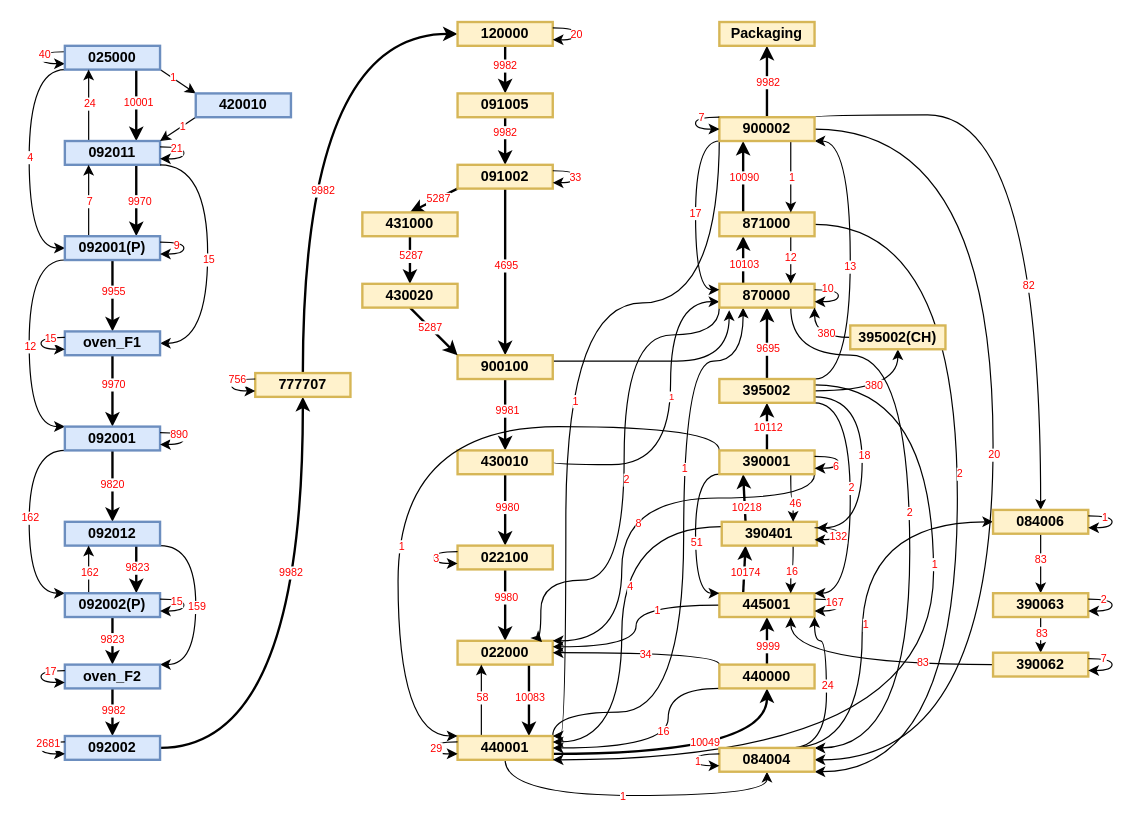
duongtoan261196/AI_Framework keeps this draw.io diagram as EMS3141_anonymized.drawio. Above is the earlier version. Source tidied: cells renumbered, new cells numbered last; positions are measured from the earlier drawing's top-left corner, leaving out a move shared by most shapes. Both pictures are drawn from the tidied source at 119%, with x=0, y=0 at pixel (29, 21).
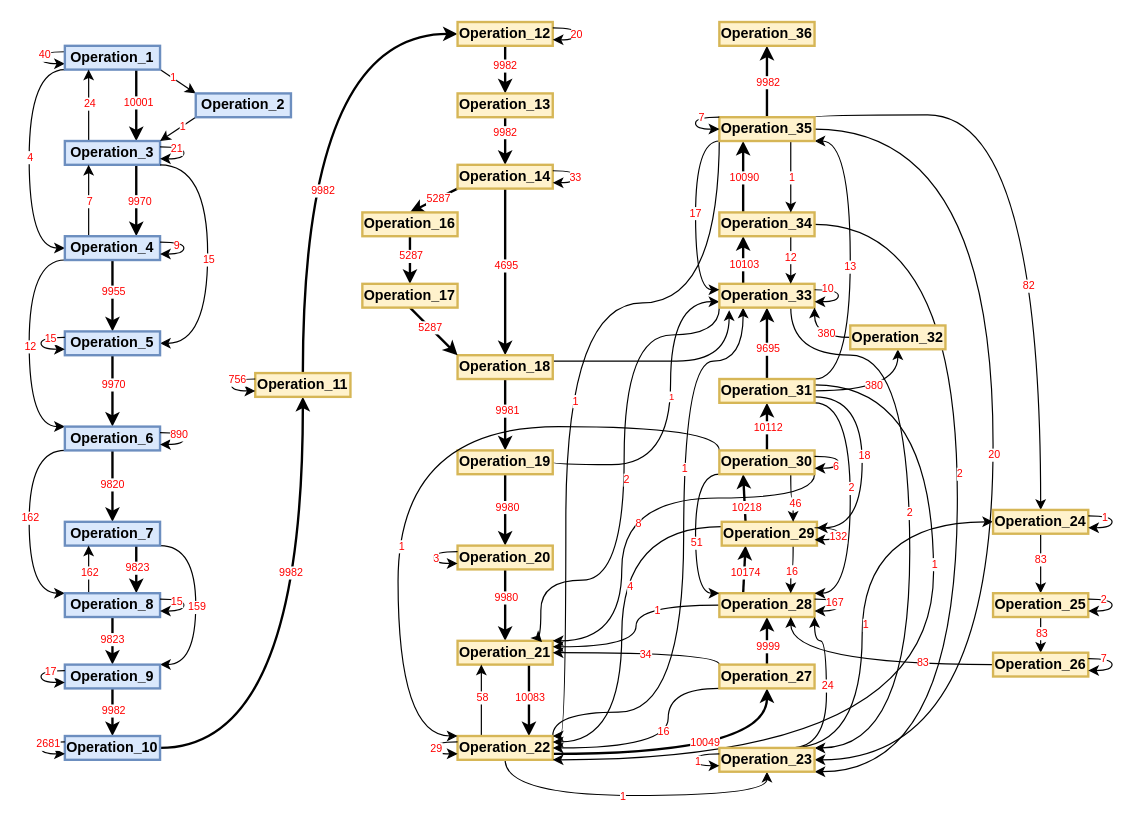
After the change.

Change to the diagram source:
```diff
@@
-    <mxCell id="10" value="&lt;b&gt;025000&lt;/b&gt;" style="rounded=0;whiteSpace=wrap;html=1;fillColor=#dae8fc;strokeColor=#6c8ebf;strokeWidth=2;" parent="1" vertex="1">
+    <mxCell id="10" value="&lt;b&gt;Operation_1&lt;/b&gt;" style="rounded=0;whiteSpace=wrap;html=1;fillColor=#dae8fc;strokeColor=#6c8ebf;strokeWidth=2;" parent="1" vertex="1">
       <mxGeometry x="30" y="20" width="80" height="20" as="geometry" />
     </mxCell>
@@
-    <mxCell id="15" value="&lt;b&gt;092011&lt;/b&gt;" style="rounded=0;whiteSpace=wrap;html=1;fillColor=#dae8fc;strokeColor=#6c8ebf;strokeWidth=2;" parent="1" vertex="1">
+    <mxCell id="15" value="&lt;b&gt;Operation_3&lt;/b&gt;" style="rounded=0;whiteSpace=wrap;html=1;fillColor=#dae8fc;strokeColor=#6c8ebf;strokeWidth=2;" parent="1" vertex="1">
       <mxGeometry x="30" y="100" width="80" height="20" as="geometry" />
     </mxCell>
@@
-    <mxCell id="24" value="&lt;b&gt;092001(P)&lt;/b&gt;" style="rounded=0;whiteSpace=wrap;html=1;fillColor=#dae8fc;strokeColor=#6c8ebf;strokeWidth=2;" parent="1" vertex="1">
+    <mxCell id="24" value="&lt;b&gt;Operation_4&lt;/b&gt;" style="rounded=0;whiteSpace=wrap;html=1;fillColor=#dae8fc;strokeColor=#6c8ebf;strokeWidth=2;" parent="1" vertex="1">
       <mxGeometry x="30" y="180" width="80" height="20" as="geometry" />
     </mxCell>
@@
-    <mxCell id="27" value="&lt;b&gt;oven_F1&lt;/b&gt;" style="rounded=0;whiteSpace=wrap;html=1;fillColor=#dae8fc;strokeColor=#6c8ebf;strokeWidth=2;" parent="1" vertex="1">
+    <mxCell id="27" value="&lt;b&gt;Operation_5&lt;/b&gt;" style="rounded=0;whiteSpace=wrap;html=1;fillColor=#dae8fc;strokeColor=#6c8ebf;strokeWidth=2;" parent="1" vertex="1">
       <mxGeometry x="30" y="260" width="80" height="20" as="geometry" />
     </mxCell>
@@
-    <mxCell id="32" value="&lt;b&gt;092001&lt;/b&gt;" style="rounded=0;whiteSpace=wrap;html=1;fillColor=#dae8fc;strokeColor=#6c8ebf;strokeWidth=2;" parent="1" vertex="1">
+    <mxCell id="32" value="&lt;b&gt;Operation_6&lt;/b&gt;" style="rounded=0;whiteSpace=wrap;html=1;fillColor=#dae8fc;strokeColor=#6c8ebf;strokeWidth=2;" parent="1" vertex="1">
       <mxGeometry x="30" y="340" width="80" height="20" as="geometry" />
     </mxCell>
@@
-    <mxCell id="37" value="&lt;b&gt;092012&lt;/b&gt;" style="rounded=0;whiteSpace=wrap;html=1;fillColor=#dae8fc;strokeColor=#6c8ebf;strokeWidth=2;" parent="1" vertex="1">
+    <mxCell id="37" value="&lt;b&gt;Operation_7&lt;/b&gt;" style="rounded=0;whiteSpace=wrap;html=1;fillColor=#dae8fc;strokeColor=#6c8ebf;strokeWidth=2;" parent="1" vertex="1">
       <mxGeometry x="30" y="420" width="80" height="20" as="geometry" />
     </mxCell>
@@
-    <mxCell id="42" value="&lt;b&gt;092002(P)&lt;/b&gt;" style="rounded=0;whiteSpace=wrap;html=1;fillColor=#dae8fc;strokeColor=#6c8ebf;strokeWidth=2;" parent="1" vertex="1">
+    <mxCell id="42" value="&lt;b&gt;Operation_8&lt;/b&gt;" style="rounded=0;whiteSpace=wrap;html=1;fillColor=#dae8fc;strokeColor=#6c8ebf;strokeWidth=2;" parent="1" vertex="1">
       <mxGeometry x="30" y="480" width="80" height="20" as="geometry" />
     </mxCell>
@@
-    <mxCell id="45" value="&lt;b&gt;oven_F2&lt;/b&gt;" style="rounded=0;whiteSpace=wrap;html=1;fillColor=#dae8fc;strokeColor=#6c8ebf;strokeWidth=2;" parent="1" vertex="1">
+    <mxCell id="45" value="&lt;b&gt;Operation_9&lt;/b&gt;" style="rounded=0;whiteSpace=wrap;html=1;fillColor=#dae8fc;strokeColor=#6c8ebf;strokeWidth=2;" parent="1" vertex="1">
       <mxGeometry x="30" y="540" width="80" height="20" as="geometry" />
     </mxCell>
@@
-    <mxCell id="48" value="&lt;b&gt;092002&lt;/b&gt;" style="rounded=0;whiteSpace=wrap;html=1;fillColor=#dae8fc;strokeColor=#6c8ebf;strokeWidth=2;" parent="1" vertex="1">
+    <mxCell id="48" value="&lt;b&gt;Operation_10&lt;/b&gt;" style="rounded=0;whiteSpace=wrap;html=1;fillColor=#dae8fc;strokeColor=#6c8ebf;strokeWidth=2;" parent="1" vertex="1">
       <mxGeometry x="30" y="600" width="80" height="20" as="geometry" />
     </mxCell>
@@
-    <mxCell id="51" value="&lt;b&gt;420010&lt;/b&gt;" style="rounded=0;whiteSpace=wrap;html=1;fillColor=#dae8fc;strokeColor=#6c8ebf;strokeWidth=2;" parent="1" vertex="1">
+    <mxCell id="51" value="&lt;b&gt;Operation_2&lt;/b&gt;" style="rounded=0;whiteSpace=wrap;html=1;fillColor=#dae8fc;strokeColor=#6c8ebf;strokeWidth=2;" parent="1" vertex="1">
       <mxGeometry x="140" y="60" width="80" height="20" as="geometry" />
     </mxCell>
@@
-    <mxCell id="54" value="&lt;b&gt;777707&lt;/b&gt;" style="rounded=0;whiteSpace=wrap;html=1;fillColor=#fff2cc;strokeColor=#d6b656;strokeWidth=2;" parent="1" vertex="1">
+    <mxCell id="54" value="&lt;b&gt;Operation_11&lt;/b&gt;" style="rounded=0;whiteSpace=wrap;html=1;fillColor=#fff2cc;strokeColor=#d6b656;strokeWidth=2;" parent="1" vertex="1">
       <mxGeometry x="190" y="295" width="80" height="20" as="geometry" />
     </mxCell>
@@
-    <mxCell id="57" value="&lt;b&gt;120000&lt;/b&gt;" style="rounded=0;whiteSpace=wrap;html=1;fillColor=#fff2cc;strokeColor=#d6b656;strokeWidth=2;" parent="1" vertex="1">
+    <mxCell id="57" value="&lt;b&gt;Operation_12&lt;/b&gt;" style="rounded=0;whiteSpace=wrap;html=1;fillColor=#fff2cc;strokeColor=#d6b656;strokeWidth=2;" parent="1" vertex="1">
       <mxGeometry x="360" width="80" height="20" as="geometry" />
     </mxCell>
@@
-    <mxCell id="60" value="&lt;b&gt;091005&lt;/b&gt;" style="rounded=0;whiteSpace=wrap;html=1;fillColor=#fff2cc;strokeColor=#d6b656;strokeWidth=2;" parent="1" vertex="1">
+    <mxCell id="60" value="&lt;b&gt;Operation_13&lt;/b&gt;" style="rounded=0;whiteSpace=wrap;html=1;fillColor=#fff2cc;strokeColor=#d6b656;strokeWidth=2;" parent="1" vertex="1">
       <mxGeometry x="360" y="60" width="80" height="20" as="geometry" />
     </mxCell>
@@
-    <mxCell id="65" value="&lt;b&gt;091002&lt;/b&gt;" style="rounded=0;whiteSpace=wrap;html=1;fillColor=#fff2cc;strokeColor=#d6b656;strokeWidth=2;" parent="1" vertex="1">
+    <mxCell id="65" value="&lt;b&gt;Operation_14&lt;/b&gt;" style="rounded=0;whiteSpace=wrap;html=1;fillColor=#fff2cc;strokeColor=#d6b656;strokeWidth=2;" parent="1" vertex="1">
       <mxGeometry x="360" y="120" width="80" height="20" as="geometry" />
     </mxCell>
@@
-    <mxCell id="69" value="&lt;b&gt;900100&lt;/b&gt;" style="rounded=0;whiteSpace=wrap;html=1;fillColor=#fff2cc;strokeColor=#d6b656;strokeWidth=2;" parent="1" vertex="1">
+    <mxCell id="69" value="&lt;b&gt;Operation_18&lt;/b&gt;" style="rounded=0;whiteSpace=wrap;html=1;fillColor=#fff2cc;strokeColor=#d6b656;strokeWidth=2;" parent="1" vertex="1">
       <mxGeometry x="360" y="280" width="80" height="20" as="geometry" />
     </mxCell>
@@
-    <mxCell id="72" value="&lt;b&gt;431000&lt;/b&gt;" style="rounded=0;whiteSpace=wrap;html=1;fillColor=#fff2cc;strokeColor=#d6b656;strokeWidth=2;" parent="1" vertex="1">
+    <mxCell id="72" value="&lt;b&gt;Operation_16&lt;/b&gt;" style="rounded=0;whiteSpace=wrap;html=1;fillColor=#fff2cc;strokeColor=#d6b656;strokeWidth=2;" parent="1" vertex="1">
       <mxGeometry x="280" y="160" width="80" height="20" as="geometry" />
     </mxCell>
@@
-    <mxCell id="79" value="&lt;b&gt;430010&lt;/b&gt;" style="rounded=0;whiteSpace=wrap;html=1;fillColor=#fff2cc;strokeColor=#d6b656;strokeWidth=2;" parent="1" vertex="1">
+    <mxCell id="79" value="&lt;b&gt;Operation_19&lt;/b&gt;" style="rounded=0;whiteSpace=wrap;html=1;fillColor=#fff2cc;strokeColor=#d6b656;strokeWidth=2;" parent="1" vertex="1">
       <mxGeometry x="360" y="360" width="80" height="20" as="geometry" />
     </mxCell>
@@
-    <mxCell id="82" value="&lt;b&gt;022100&lt;/b&gt;" style="rounded=0;whiteSpace=wrap;html=1;fillColor=#fff2cc;strokeColor=#d6b656;strokeWidth=2;" parent="1" vertex="1">
+    <mxCell id="82" value="&lt;b&gt;Operation_20&lt;/b&gt;" style="rounded=0;whiteSpace=wrap;html=1;fillColor=#fff2cc;strokeColor=#d6b656;strokeWidth=2;" parent="1" vertex="1">
       <mxGeometry x="360" y="440" width="80" height="20" as="geometry" />
     </mxCell>
@@
-    <mxCell id="85" value="&lt;b&gt;022000&lt;/b&gt;" style="rounded=0;whiteSpace=wrap;html=1;fillColor=#fff2cc;strokeColor=#d6b656;strokeWidth=2;" parent="1" vertex="1">
+    <mxCell id="85" value="&lt;b&gt;Operation_21&lt;/b&gt;" style="rounded=0;whiteSpace=wrap;html=1;fillColor=#fff2cc;strokeColor=#d6b656;strokeWidth=2;" parent="1" vertex="1">
       <mxGeometry x="360" y="520" width="80" height="20" as="geometry" />
     </mxCell>
@@
-    <mxCell id="94" value="&lt;b&gt;440001&lt;/b&gt;" style="rounded=0;whiteSpace=wrap;html=1;fillColor=#fff2cc;strokeColor=#d6b656;strokeWidth=2;" parent="1" vertex="1">
+    <mxCell id="94" value="&lt;b&gt;Operation_22&lt;/b&gt;" style="rounded=0;whiteSpace=wrap;html=1;fillColor=#fff2cc;strokeColor=#d6b656;strokeWidth=2;" parent="1" vertex="1">
       <mxGeometry x="360" y="600" width="80" height="20" as="geometry" />
     </mxCell>
@@
-    <mxCell id="101" value="&lt;b&gt;440000&lt;/b&gt;" style="rounded=0;whiteSpace=wrap;html=1;fillColor=#fff2cc;strokeColor=#d6b656;strokeWidth=2;" parent="1" vertex="1">
+    <mxCell id="101" value="&lt;b&gt;Operation_27&lt;/b&gt;" style="rounded=0;whiteSpace=wrap;html=1;fillColor=#fff2cc;strokeColor=#d6b656;strokeWidth=2;" parent="1" vertex="1">
       <mxGeometry x="580" y="540" width="80" height="20" as="geometry" />
     </mxCell>
@@
-    <mxCell id="106" value="&lt;b&gt;445001&lt;/b&gt;" style="rounded=0;whiteSpace=wrap;html=1;fillColor=#fff2cc;strokeColor=#d6b656;strokeWidth=2;" parent="1" vertex="1">
+    <mxCell id="106" value="&lt;b&gt;Operation_28&lt;/b&gt;" style="rounded=0;whiteSpace=wrap;html=1;fillColor=#fff2cc;strokeColor=#d6b656;strokeWidth=2;" parent="1" vertex="1">
       <mxGeometry x="580" y="480" width="80" height="20" as="geometry" />
     </mxCell>
@@
-    <mxCell id="113" value="&lt;b&gt;390401&lt;/b&gt;" style="rounded=0;whiteSpace=wrap;html=1;fillColor=#fff2cc;strokeColor=#d6b656;strokeWidth=2;" parent="1" vertex="1">
+    <mxCell id="113" value="&lt;b&gt;Operation_29&lt;/b&gt;" style="rounded=0;whiteSpace=wrap;html=1;fillColor=#fff2cc;strokeColor=#d6b656;strokeWidth=2;" parent="1" vertex="1">
       <mxGeometry x="582" y="420" width="80" height="20" as="geometry" />
     </mxCell>
@@
-    <mxCell id="124" value="&lt;b&gt;390001&lt;/b&gt;" style="rounded=0;whiteSpace=wrap;html=1;fillColor=#fff2cc;strokeColor=#d6b656;strokeWidth=2;" parent="1" vertex="1">
+    <mxCell id="124" value="&lt;b&gt;Operation_30&lt;/b&gt;" style="rounded=0;whiteSpace=wrap;html=1;fillColor=#fff2cc;strokeColor=#d6b656;strokeWidth=2;" parent="1" vertex="1">
       <mxGeometry x="580" y="360" width="80" height="20" as="geometry" />
     </mxCell>
@@
-    <mxCell id="137" value="&lt;b&gt;395002&lt;/b&gt;" style="rounded=0;whiteSpace=wrap;html=1;fillColor=#fff2cc;strokeColor=#d6b656;strokeWidth=2;" parent="1" vertex="1">
+    <mxCell id="137" value="&lt;b&gt;Operation_31&lt;/b&gt;" style="rounded=0;whiteSpace=wrap;html=1;fillColor=#fff2cc;strokeColor=#d6b656;strokeWidth=2;" parent="1" vertex="1">
       <mxGeometry x="580" y="300" width="80" height="20" as="geometry" />
     </mxCell>
@@
-    <mxCell id="144" value="&lt;b&gt;870000&lt;/b&gt;" style="rounded=0;whiteSpace=wrap;html=1;fillColor=#fff2cc;strokeColor=#d6b656;strokeWidth=2;" parent="1" vertex="1">
+    <mxCell id="144" value="&lt;b&gt;Operation_33&lt;/b&gt;" style="rounded=0;whiteSpace=wrap;html=1;fillColor=#fff2cc;strokeColor=#d6b656;strokeWidth=2;" parent="1" vertex="1">
       <mxGeometry x="580" y="220" width="80" height="20" as="geometry" />
     </mxCell>
@@
-    <mxCell id="151" value="&lt;b&gt;871000&lt;/b&gt;" style="rounded=0;whiteSpace=wrap;html=1;fillColor=#fff2cc;strokeColor=#d6b656;strokeWidth=2;" parent="1" vertex="1">
+    <mxCell id="151" value="&lt;b&gt;Operation_34&lt;/b&gt;" style="rounded=0;whiteSpace=wrap;html=1;fillColor=#fff2cc;strokeColor=#d6b656;strokeWidth=2;" parent="1" vertex="1">
       <mxGeometry x="580" y="160" width="80" height="20" as="geometry" />
     </mxCell>
@@
-    <mxCell id="164" value="&lt;b&gt;900002&lt;/b&gt;" style="rounded=0;whiteSpace=wrap;html=1;fillColor=#fff2cc;strokeColor=#d6b656;strokeWidth=2;" parent="1" vertex="1">
+    <mxCell id="164" value="&lt;b&gt;Operation_35&lt;/b&gt;" style="rounded=0;whiteSpace=wrap;html=1;fillColor=#fff2cc;strokeColor=#d6b656;strokeWidth=2;" parent="1" vertex="1">
       <mxGeometry x="580" y="80" width="80" height="20" as="geometry" />
     </mxCell>
-    <mxCell id="165" value="&lt;b&gt;Packaging&lt;/b&gt;" style="rounded=0;whiteSpace=wrap;html=1;fillColor=#fff2cc;strokeColor=#d6b656;strokeWidth=2;" parent="1" vertex="1">
+    <mxCell id="165" value="&lt;b&gt;Operation_36&lt;/b&gt;" style="rounded=0;whiteSpace=wrap;html=1;fillColor=#fff2cc;strokeColor=#d6b656;strokeWidth=2;" parent="1" vertex="1">
       <mxGeometry x="580" width="80" height="20" as="geometry" />
     </mxCell>
@@
-    <mxCell id="191" value="&lt;b&gt;084004&lt;/b&gt;" style="rounded=0;whiteSpace=wrap;html=1;fillColor=#fff2cc;strokeColor=#d6b656;strokeWidth=2;" parent="1" vertex="1">
+    <mxCell id="191" value="&lt;b&gt;Operation_23&lt;/b&gt;" style="rounded=0;whiteSpace=wrap;html=1;fillColor=#fff2cc;strokeColor=#d6b656;strokeWidth=2;" parent="1" vertex="1">
       <mxGeometry x="580" y="610" width="80" height="20" as="geometry" />
     </mxCell>
@@
-    <mxCell id="202" value="&lt;b&gt;395002(CH)&lt;/b&gt;" style="rounded=0;whiteSpace=wrap;html=1;fillColor=#fff2cc;strokeColor=#d6b656;strokeWidth=2;" parent="1" vertex="1">
+    <mxCell id="202" value="&lt;b&gt;Operation_32&lt;/b&gt;" style="rounded=0;whiteSpace=wrap;html=1;fillColor=#fff2cc;strokeColor=#d6b656;strokeWidth=2;" parent="1" vertex="1">
       <mxGeometry x="690" y="255" width="80" height="20" as="geometry" />
     </mxCell>
@@
-    <mxCell id="207" value="&lt;b&gt;084006&lt;/b&gt;" style="rounded=0;whiteSpace=wrap;html=1;fillColor=#fff2cc;strokeColor=#d6b656;strokeWidth=2;" parent="1" vertex="1">
+    <mxCell id="207" value="&lt;b&gt;Operation_24&lt;/b&gt;" style="rounded=0;whiteSpace=wrap;html=1;fillColor=#fff2cc;strokeColor=#d6b656;strokeWidth=2;" parent="1" vertex="1">
       <mxGeometry x="810" y="410" width="80" height="20" as="geometry" />
     </mxCell>
@@
-    <mxCell id="210" value="&lt;b&gt;390063&lt;/b&gt;" style="rounded=0;whiteSpace=wrap;html=1;fillColor=#fff2cc;strokeColor=#d6b656;strokeWidth=2;" parent="1" vertex="1">
+    <mxCell id="210" value="&lt;b&gt;Operation_25&lt;/b&gt;" style="rounded=0;whiteSpace=wrap;html=1;fillColor=#fff2cc;strokeColor=#d6b656;strokeWidth=2;" parent="1" vertex="1">
       <mxGeometry x="810" y="480" width="80" height="20" as="geometry" />
     </mxCell>
@@
-    <mxCell id="213" value="&lt;b&gt;390062&lt;/b&gt;" style="rounded=0;whiteSpace=wrap;html=1;fillColor=#fff2cc;strokeColor=#d6b656;strokeWidth=2;" parent="1" vertex="1">
+    <mxCell id="213" value="&lt;b&gt;Operation_26&lt;/b&gt;" style="rounded=0;whiteSpace=wrap;html=1;fillColor=#fff2cc;strokeColor=#d6b656;strokeWidth=2;" parent="1" vertex="1">
       <mxGeometry x="810" y="530" width="80" height="20" as="geometry" />
     </mxCell>
@@
-    <mxCell id="226" value="&lt;b&gt;430020&lt;/b&gt;" style="rounded=0;whiteSpace=wrap;html=1;fillColor=#fff2cc;strokeColor=#d6b656;strokeWidth=2;" parent="1" vertex="1">
+    <mxCell id="226" value="&lt;b&gt;Operation_17&lt;/b&gt;" style="rounded=0;whiteSpace=wrap;html=1;fillColor=#fff2cc;strokeColor=#d6b656;strokeWidth=2;" parent="1" vertex="1">
       <mxGeometry x="280" y="220" width="80" height="20" as="geometry" />
     </mxCell>
```
